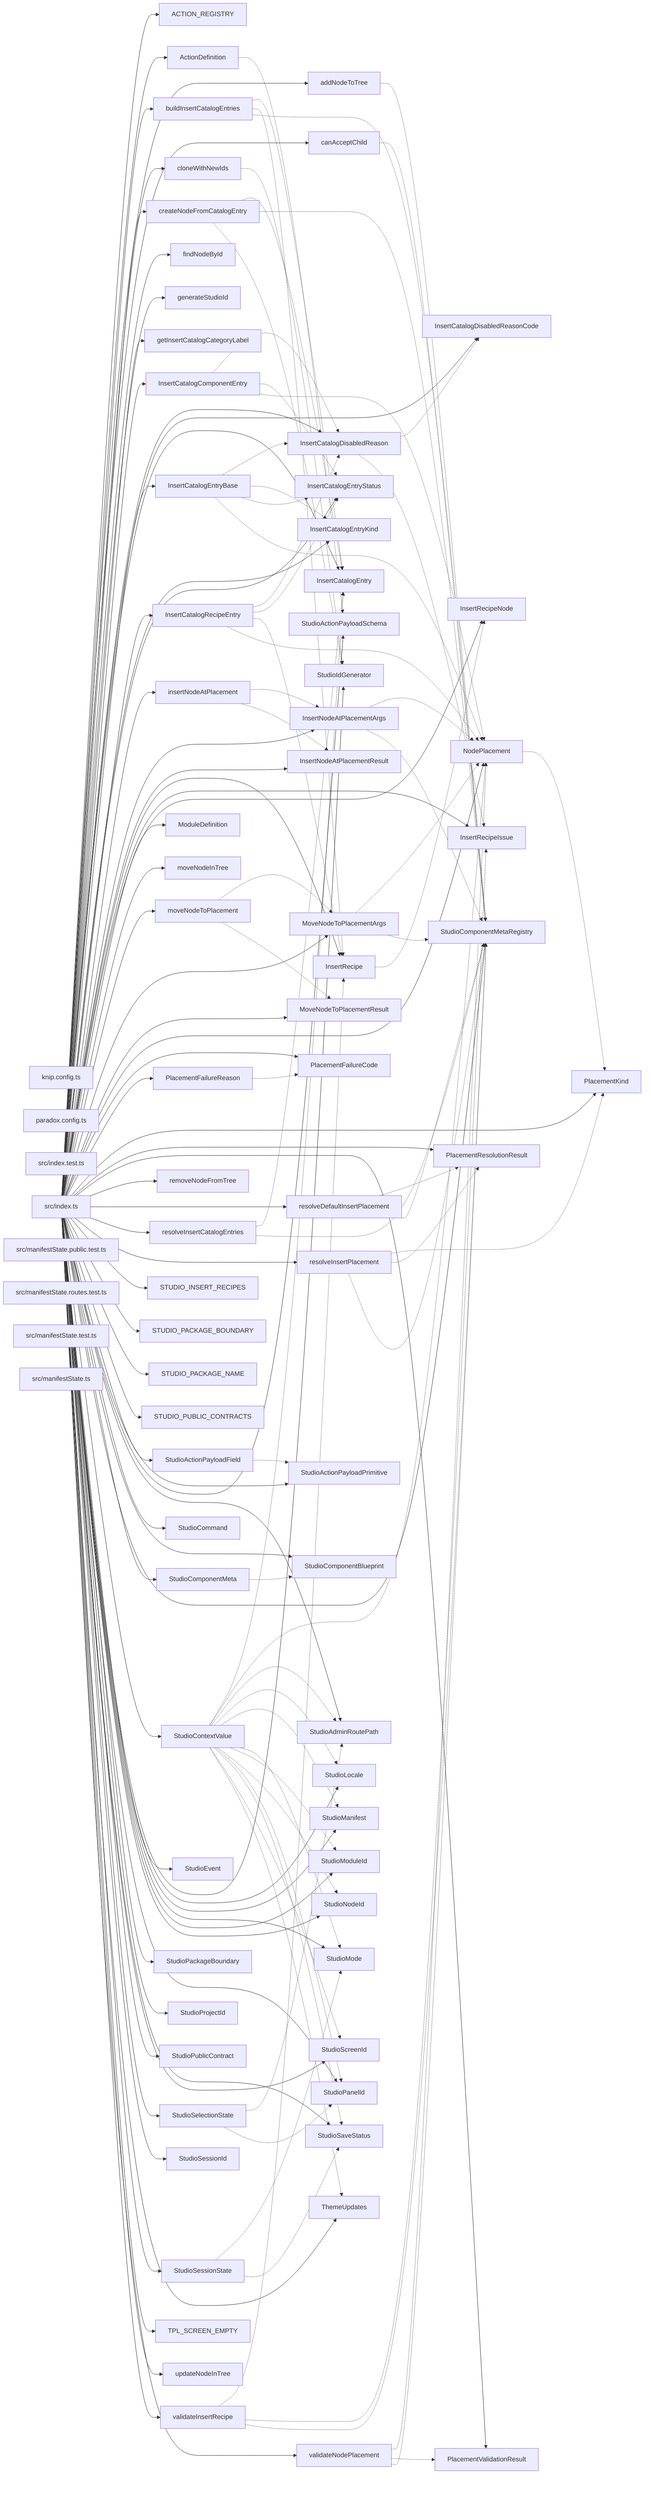
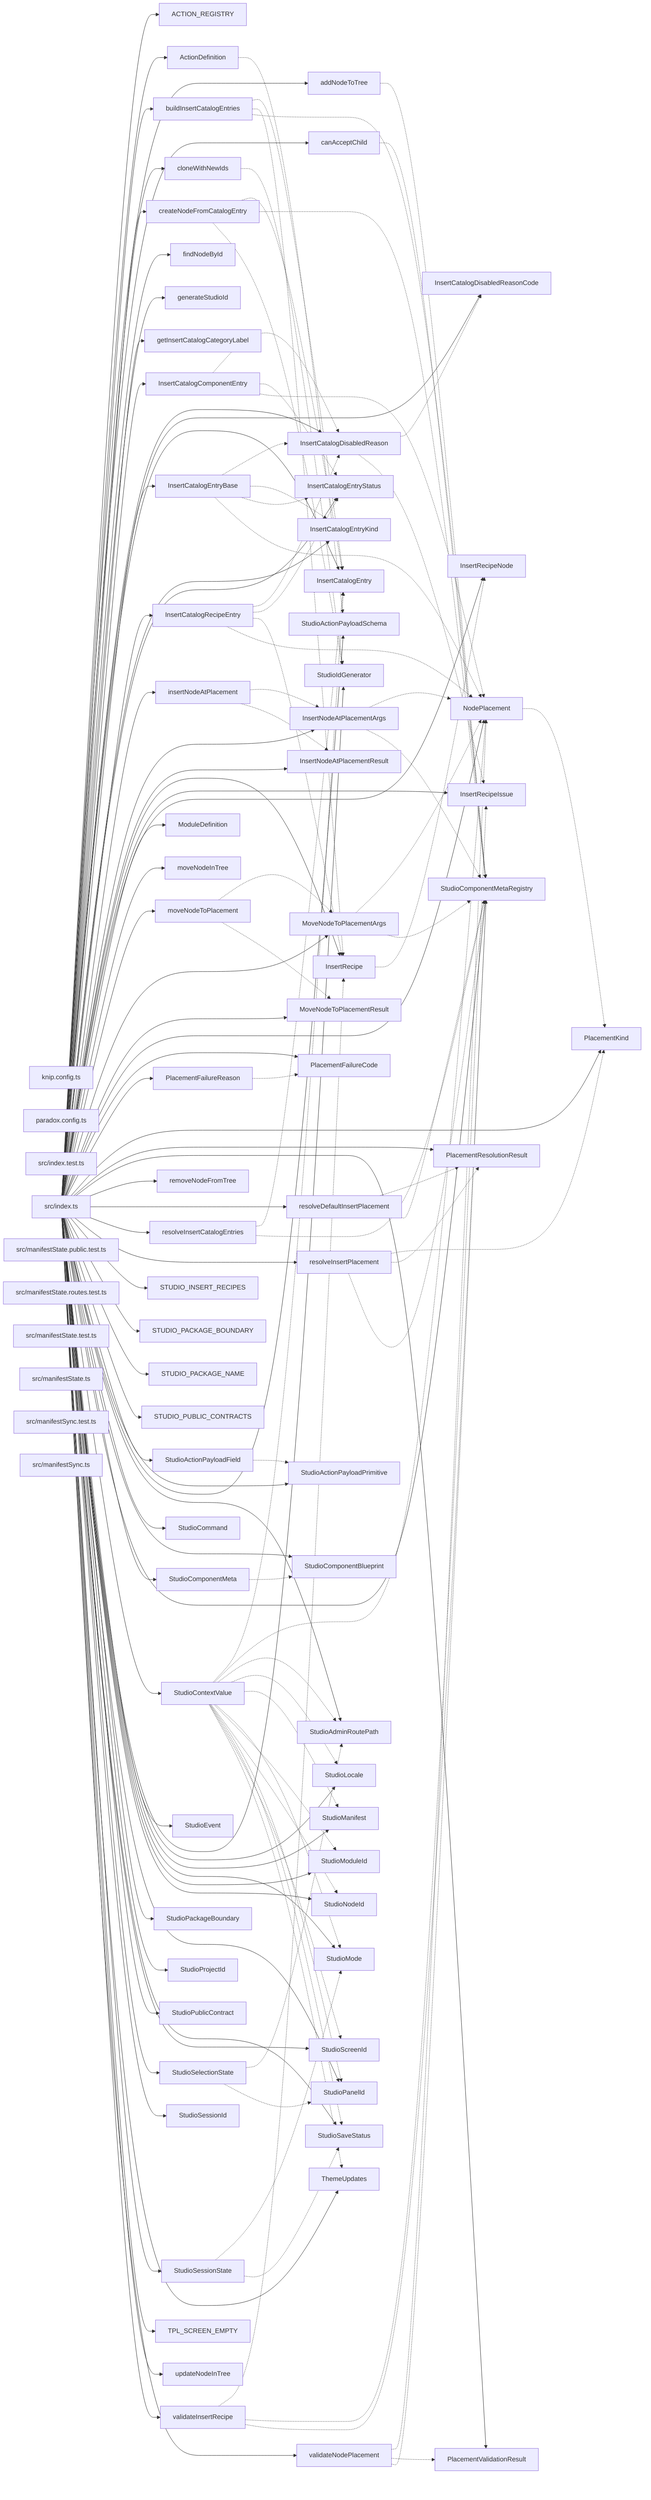
graph LR
  module_knip_config_ts["knip.config.ts"]
  module_paradox_config_ts["paradox.config.ts"]
  module_src_index_test_ts["src/index.test.ts"]
  module_src_index_ts["src/index.ts"]
  module_src_manifestState_public_test_ts["src/manifestState.public.test.ts"]
  module_src_manifestState_routes_test_ts["src/manifestState.routes.test.ts"]
  module_src_manifestState_test_ts["src/manifestState.test.ts"]
  module_src_manifestState_ts["src/manifestState.ts"]
+   module_src_manifestSync_test_ts["src/manifestSync.test.ts"]
+   module_src_manifestSync_ts["src/manifestSync.ts"]
  export_ACTION_REGISTRY["ACTION_REGISTRY"]
  module_src_index_ts --> export_ACTION_REGISTRY
  export_ActionDefinition["ActionDefinition"]
  module_src_index_ts --> export_ActionDefinition
  export_ActionDefinition -.-> export_StudioActionPayloadSchema
  export_addNodeToTree["addNodeToTree"]
  module_src_index_ts --> export_addNodeToTree
  export_addNodeToTree -.-> export_StudioComponentMetaRegistry
  export_buildInsertCatalogEntries["buildInsertCatalogEntries"]
  module_src_index_ts --> export_buildInsertCatalogEntries
  export_buildInsertCatalogEntries -.-> export_InsertCatalogEntry
  export_buildInsertCatalogEntries -.-> export_InsertRecipe
  export_buildInsertCatalogEntries -.-> export_StudioComponentMetaRegistry
  export_canAcceptChild["canAcceptChild"]
  module_src_index_ts --> export_canAcceptChild
  export_canAcceptChild -.-> export_StudioComponentMetaRegistry
  export_cloneWithNewIds["cloneWithNewIds"]
  module_src_index_ts --> export_cloneWithNewIds
  export_cloneWithNewIds -.-> export_StudioIdGenerator
  export_createNodeFromCatalogEntry["createNodeFromCatalogEntry"]
  module_src_index_ts --> export_createNodeFromCatalogEntry
  export_createNodeFromCatalogEntry -.-> export_InsertCatalogEntry
  export_createNodeFromCatalogEntry -.-> export_StudioComponentMetaRegistry
  export_createNodeFromCatalogEntry -.-> export_StudioIdGenerator
  export_findNodeById["findNodeById"]
  module_src_index_ts --> export_findNodeById
  export_generateStudioId["generateStudioId"]
  module_src_index_ts --> export_generateStudioId
  export_getInsertCatalogCategoryLabel["getInsertCatalogCategoryLabel"]
  module_src_index_ts --> export_getInsertCatalogCategoryLabel
  export_InsertCatalogComponentEntry["InsertCatalogComponentEntry"]
  module_src_index_ts --> export_InsertCatalogComponentEntry
  export_InsertCatalogComponentEntry -.-> export_InsertCatalogDisabledReason
  export_InsertCatalogComponentEntry -.-> export_InsertCatalogEntryStatus
  export_InsertCatalogComponentEntry -.-> export_NodePlacement
  export_InsertCatalogDisabledReason["InsertCatalogDisabledReason"]
  module_src_index_ts --> export_InsertCatalogDisabledReason
  export_InsertCatalogDisabledReason -.-> export_InsertCatalogDisabledReasonCode
  export_InsertCatalogDisabledReason -.-> export_InsertRecipeIssue
  export_InsertCatalogDisabledReasonCode["InsertCatalogDisabledReasonCode"]
  module_src_index_ts --> export_InsertCatalogDisabledReasonCode
  export_InsertCatalogEntry["InsertCatalogEntry"]
  module_src_index_ts --> export_InsertCatalogEntry
  export_InsertCatalogEntryBase["InsertCatalogEntryBase"]
  module_src_index_ts --> export_InsertCatalogEntryBase
  export_InsertCatalogEntryBase -.-> export_InsertCatalogDisabledReason
  export_InsertCatalogEntryBase -.-> export_InsertCatalogEntryKind
  export_InsertCatalogEntryBase -.-> export_InsertCatalogEntryStatus
  export_InsertCatalogEntryBase -.-> export_NodePlacement
  export_InsertCatalogEntryKind["InsertCatalogEntryKind"]
  module_src_index_ts --> export_InsertCatalogEntryKind
  export_InsertCatalogEntryStatus["InsertCatalogEntryStatus"]
  module_src_index_ts --> export_InsertCatalogEntryStatus
  export_InsertCatalogRecipeEntry["InsertCatalogRecipeEntry"]
  module_src_index_ts --> export_InsertCatalogRecipeEntry
  export_InsertCatalogRecipeEntry -.-> export_InsertCatalogDisabledReason
  export_InsertCatalogRecipeEntry -.-> export_InsertCatalogEntryStatus
  export_InsertCatalogRecipeEntry -.-> export_InsertRecipe
  export_InsertCatalogRecipeEntry -.-> export_NodePlacement
  export_insertNodeAtPlacement["insertNodeAtPlacement"]
  module_src_index_ts --> export_insertNodeAtPlacement
  export_insertNodeAtPlacement -.-> export_InsertNodeAtPlacementArgs
  export_insertNodeAtPlacement -.-> export_InsertNodeAtPlacementResult
  export_InsertNodeAtPlacementArgs["InsertNodeAtPlacementArgs"]
  module_src_index_ts --> export_InsertNodeAtPlacementArgs
  export_InsertNodeAtPlacementArgs -.-> export_NodePlacement
  export_InsertNodeAtPlacementArgs -.-> export_StudioComponentMetaRegistry
  export_InsertNodeAtPlacementResult["InsertNodeAtPlacementResult"]
  module_src_index_ts --> export_InsertNodeAtPlacementResult
  export_InsertRecipe["InsertRecipe"]
  module_src_index_ts --> export_InsertRecipe
  export_InsertRecipe -.-> export_InsertRecipeNode
  export_InsertRecipeIssue["InsertRecipeIssue"]
  module_src_index_ts --> export_InsertRecipeIssue
  export_InsertRecipeNode["InsertRecipeNode"]
  module_src_index_ts --> export_InsertRecipeNode
  export_ModuleDefinition["ModuleDefinition"]
  module_src_index_ts --> export_ModuleDefinition
  export_moveNodeInTree["moveNodeInTree"]
  module_src_index_ts --> export_moveNodeInTree
  export_moveNodeToPlacement["moveNodeToPlacement"]
  module_src_index_ts --> export_moveNodeToPlacement
  export_moveNodeToPlacement -.-> export_MoveNodeToPlacementArgs
  export_moveNodeToPlacement -.-> export_MoveNodeToPlacementResult
  export_MoveNodeToPlacementArgs["MoveNodeToPlacementArgs"]
  module_src_index_ts --> export_MoveNodeToPlacementArgs
  export_MoveNodeToPlacementArgs -.-> export_NodePlacement
  export_MoveNodeToPlacementArgs -.-> export_StudioComponentMetaRegistry
  export_MoveNodeToPlacementResult["MoveNodeToPlacementResult"]
  module_src_index_ts --> export_MoveNodeToPlacementResult
  export_NodePlacement["NodePlacement"]
  module_src_index_ts --> export_NodePlacement
  export_NodePlacement -.-> export_PlacementKind
  export_PlacementFailureCode["PlacementFailureCode"]
  module_src_index_ts --> export_PlacementFailureCode
  export_PlacementFailureReason["PlacementFailureReason"]
  module_src_index_ts --> export_PlacementFailureReason
  export_PlacementFailureReason -.-> export_PlacementFailureCode
  export_PlacementKind["PlacementKind"]
  module_src_index_ts --> export_PlacementKind
  export_PlacementResolutionResult["PlacementResolutionResult"]
  module_src_index_ts --> export_PlacementResolutionResult
  export_PlacementValidationResult["PlacementValidationResult"]
  module_src_index_ts --> export_PlacementValidationResult
  export_removeNodeFromTree["removeNodeFromTree"]
  module_src_index_ts --> export_removeNodeFromTree
  export_resolveDefaultInsertPlacement["resolveDefaultInsertPlacement"]
  module_src_index_ts --> export_resolveDefaultInsertPlacement
  export_resolveDefaultInsertPlacement -.-> export_PlacementResolutionResult
  export_resolveDefaultInsertPlacement -.-> export_StudioComponentMetaRegistry
  export_resolveInsertCatalogEntries["resolveInsertCatalogEntries"]
  module_src_index_ts --> export_resolveInsertCatalogEntries
  export_resolveInsertCatalogEntries -.-> export_InsertCatalogEntry
  export_resolveInsertCatalogEntries -.-> export_StudioComponentMetaRegistry
  export_resolveInsertPlacement["resolveInsertPlacement"]
  module_src_index_ts --> export_resolveInsertPlacement
  export_resolveInsertPlacement -.-> export_PlacementKind
  export_resolveInsertPlacement -.-> export_PlacementResolutionResult
  export_resolveInsertPlacement -.-> export_StudioComponentMetaRegistry
  export_STUDIO_INSERT_RECIPES["STUDIO_INSERT_RECIPES"]
  module_src_index_ts --> export_STUDIO_INSERT_RECIPES
  export_STUDIO_PACKAGE_BOUNDARY["STUDIO_PACKAGE_BOUNDARY"]
  module_src_index_ts --> export_STUDIO_PACKAGE_BOUNDARY
  export_STUDIO_PACKAGE_NAME["STUDIO_PACKAGE_NAME"]
  module_src_index_ts --> export_STUDIO_PACKAGE_NAME
  export_STUDIO_PUBLIC_CONTRACTS["STUDIO_PUBLIC_CONTRACTS"]
  module_src_index_ts --> export_STUDIO_PUBLIC_CONTRACTS
  export_StudioActionPayloadField["StudioActionPayloadField"]
  module_src_index_ts --> export_StudioActionPayloadField
  export_StudioActionPayloadField -.-> export_StudioActionPayloadPrimitive
  export_StudioActionPayloadPrimitive["StudioActionPayloadPrimitive"]
  module_src_index_ts --> export_StudioActionPayloadPrimitive
  export_StudioActionPayloadSchema["StudioActionPayloadSchema"]
  module_src_index_ts --> export_StudioActionPayloadSchema
  export_StudioAdminRoutePath["StudioAdminRoutePath"]
  module_src_index_ts --> export_StudioAdminRoutePath
  export_StudioCommand["StudioCommand"]
  module_src_index_ts --> export_StudioCommand
  export_StudioComponentBlueprint["StudioComponentBlueprint"]
  module_src_index_ts --> export_StudioComponentBlueprint
  export_StudioComponentMeta["StudioComponentMeta"]
  module_src_index_ts --> export_StudioComponentMeta
  export_StudioComponentMeta -.-> export_StudioComponentBlueprint
  export_StudioComponentMetaRegistry["StudioComponentMetaRegistry"]
  module_src_index_ts --> export_StudioComponentMetaRegistry
  export_StudioContextValue["StudioContextValue"]
  module_src_index_ts --> export_StudioContextValue
  export_StudioContextValue -.-> export_InsertCatalogEntry
  export_StudioContextValue -.-> export_NodePlacement
  export_StudioContextValue -.-> export_StudioAdminRoutePath
  export_StudioContextValue -.-> export_StudioLocale
  export_StudioContextValue -.-> export_StudioManifest
  export_StudioContextValue -.-> export_StudioMode
  export_StudioContextValue -.-> export_StudioModuleId
  export_StudioContextValue -.-> export_StudioNodeId
  export_StudioContextValue -.-> export_StudioPanelId
  export_StudioContextValue -.-> export_StudioSaveStatus
  export_StudioContextValue -.-> export_StudioScreenId
  export_StudioContextValue -.-> export_ThemeUpdates
  export_StudioEvent["StudioEvent"]
  module_src_index_ts --> export_StudioEvent
  export_StudioIdGenerator["StudioIdGenerator"]
  module_src_index_ts --> export_StudioIdGenerator
  export_StudioLocale["StudioLocale"]
  module_src_index_ts --> export_StudioLocale
  export_StudioManifest["StudioManifest"]
  module_src_index_ts --> export_StudioManifest
  export_StudioMode["StudioMode"]
  module_src_index_ts --> export_StudioMode
  export_StudioModuleId["StudioModuleId"]
  module_src_index_ts --> export_StudioModuleId
  export_StudioNodeId["StudioNodeId"]
  module_src_index_ts --> export_StudioNodeId
  export_StudioPackageBoundary["StudioPackageBoundary"]
  module_src_index_ts --> export_StudioPackageBoundary
  export_StudioPanelId["StudioPanelId"]
  module_src_index_ts --> export_StudioPanelId
  export_StudioProjectId["StudioProjectId"]
  module_src_index_ts --> export_StudioProjectId
  export_StudioPublicContract["StudioPublicContract"]
  module_src_index_ts --> export_StudioPublicContract
  export_StudioSaveStatus["StudioSaveStatus"]
  module_src_index_ts --> export_StudioSaveStatus
  export_StudioScreenId["StudioScreenId"]
  module_src_index_ts --> export_StudioScreenId
  export_StudioSelectionState["StudioSelectionState"]
  module_src_index_ts --> export_StudioSelectionState
  export_StudioSelectionState -.-> export_StudioAdminRoutePath
  export_StudioSelectionState -.-> export_StudioPanelId
  export_StudioSessionId["StudioSessionId"]
  module_src_index_ts --> export_StudioSessionId
  export_StudioSessionState["StudioSessionState"]
  module_src_index_ts --> export_StudioSessionState
  export_StudioSessionState -.-> export_StudioMode
  export_StudioSessionState -.-> export_StudioSaveStatus
  export_ThemeUpdates["ThemeUpdates"]
  module_src_index_ts --> export_ThemeUpdates
  export_TPL_SCREEN_EMPTY["TPL_SCREEN_EMPTY"]
  module_src_index_ts --> export_TPL_SCREEN_EMPTY
  export_updateNodeInTree["updateNodeInTree"]
  module_src_index_ts --> export_updateNodeInTree
  export_validateInsertRecipe["validateInsertRecipe"]
  module_src_index_ts --> export_validateInsertRecipe
  export_validateInsertRecipe -.-> export_InsertRecipe
  export_validateInsertRecipe -.-> export_InsertRecipeIssue
  export_validateInsertRecipe -.-> export_StudioComponentMetaRegistry
  export_validateNodePlacement["validateNodePlacement"]
  module_src_index_ts --> export_validateNodePlacement
  export_validateNodePlacement -.-> export_NodePlacement
  export_validateNodePlacement -.-> export_PlacementValidationResult
  export_validateNodePlacement -.-> export_StudioComponentMetaRegistry
